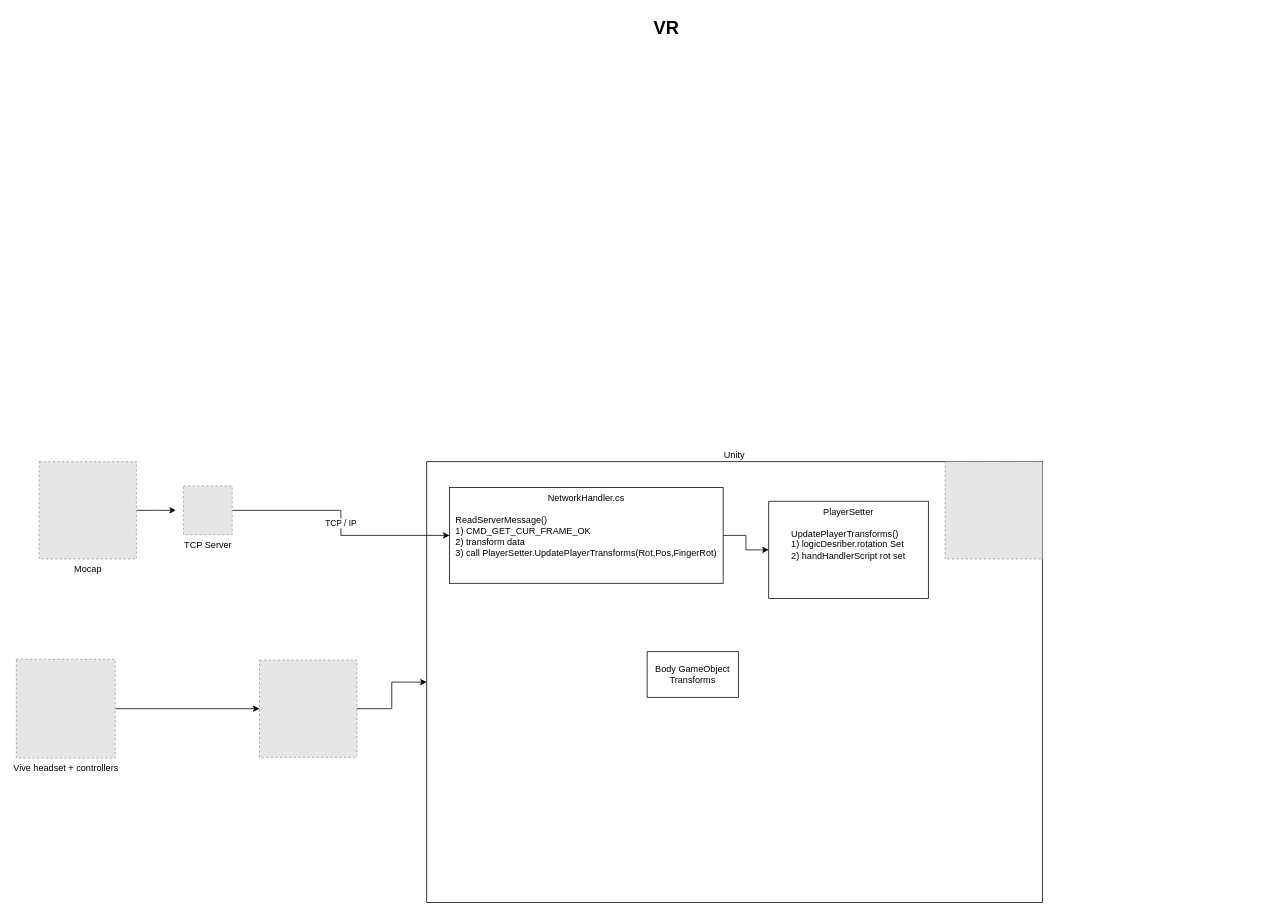
Above: Untitled Diagram.drawio in Phonebox/datasharing (draw.io), before the change. Source tidied: cells renumbered, new cells numbered last; positions are measured from the earlier drawing's top-left corner, leaving out a move shared by most shapes. Both pictures are drawn from the tidied source at 76%, with x=0, y=0 at pixel (16, 13). Pictures stored in the file or linked from it are replaced by grey dashed boxes.
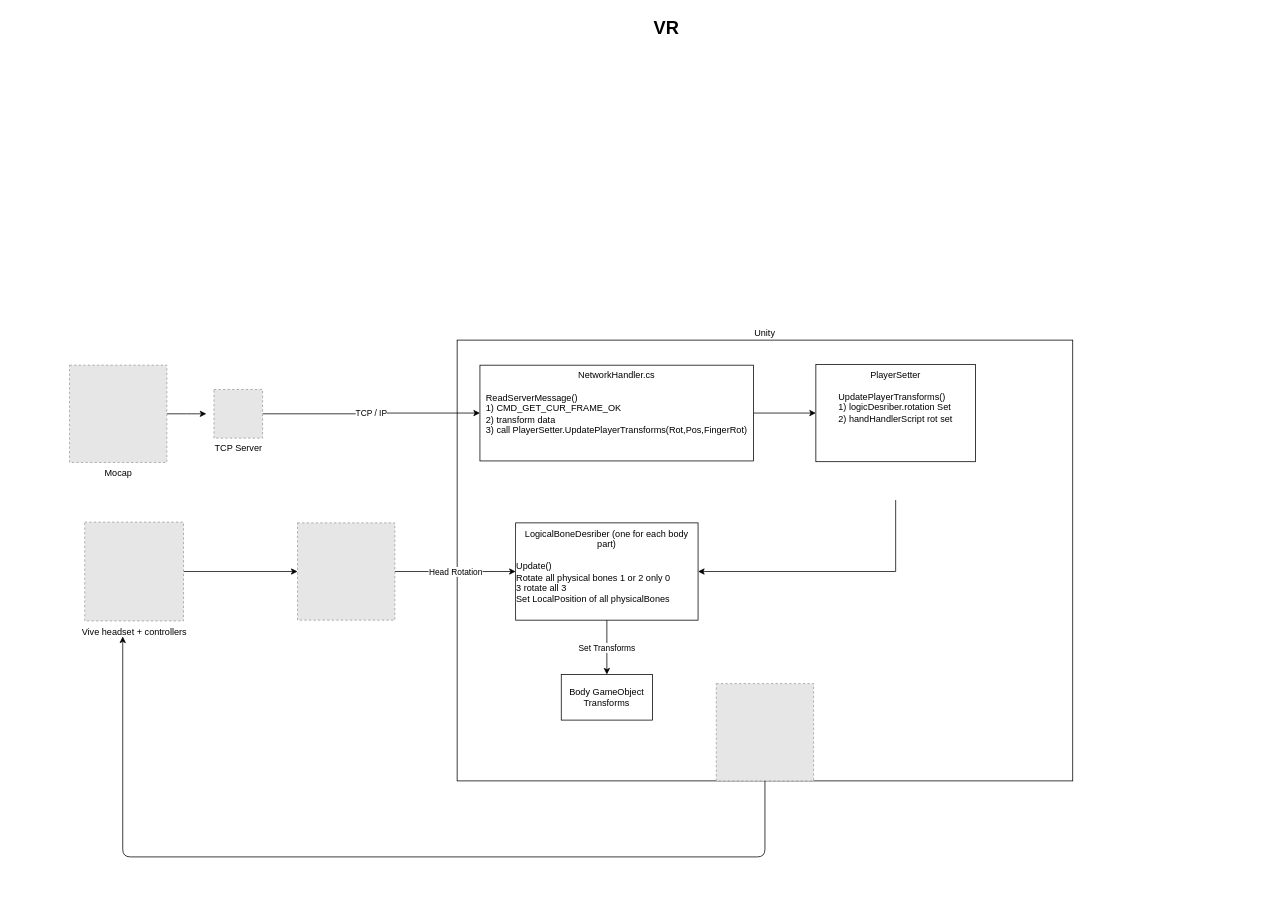
The same page after the edit.

Change to the diagram source:
```diff
@@
     <mxCell id="2" value="Unity" style="rounded=0;whiteSpace=wrap;html=1;fillColor=none;labelPosition=center;verticalLabelPosition=top;align=center;verticalAlign=bottom;" parent="1" vertex="1">
-      <mxGeometry x="540" y="590" width="810" height="580" as="geometry" />
+      <mxGeometry x="580" y="430" width="810" height="580" as="geometry" />
     </mxCell>
@@
     <mxCell id="4" style="edgeStyle=orthogonalEdgeStyle;rounded=0;jettySize=auto;html=1;" parent="1" edge="1" source="5">
       <mxGeometry relative="1" as="geometry">
-        <mxPoint x="210" y="654" as="targetPoint" />
+        <mxPoint x="250" y="527" as="targetPoint" />
       </mxGeometry>
     </mxCell>
     <mxCell id="5" value="Mocap" style="fillColor=#E6E6E6;strokeColor=#999999;dashed=1;html=1;verticalAlign=top;verticalLabelPosition=bottom;labelBackgroundColor=#ffffff;" parent="1" vertex="1">
-      <mxGeometry x="30" y="590" width="128" height="128" as="geometry" />
+      <mxGeometry x="70" y="463" width="128" height="128" as="geometry" />
     </mxCell>
@@
     <mxCell id="7" value="TCP Server" style="fillColor=#E6E6E6;strokeColor=#999999;dashed=1;html=1;verticalAlign=top;verticalLabelPosition=bottom;labelBackgroundColor=#ffffff;" parent="1" vertex="1">
-      <mxGeometry x="220" y="622" width="64" height="64" as="geometry" />
+      <mxGeometry x="260" y="495" width="64" height="64" as="geometry" />
     </mxCell>
@@
     <mxCell id="9" value="NetworkHandler.cs&lt;br&gt;&lt;br&gt;&lt;div style=&quot;text-align: justify&quot;&gt;ReadServerMessage()&lt;/div&gt;&lt;div style=&quot;text-align: justify&quot;&gt;1)&amp;nbsp;CMD_GET_CUR_FRAME_OK&lt;/div&gt;&lt;div style=&quot;text-align: justify&quot;&gt;2) transform data&lt;/div&gt;&lt;div style=&quot;text-align: justify&quot;&gt;3) call PlayerSetter.UpdatePlayerTransforms(Rot,Pos,FingerRot)&lt;/div&gt;" style="whiteSpace=wrap;html=1;verticalAlign=top;labelBackgroundColor=#ffffff;" parent="1" vertex="1">
-      <mxGeometry x="570" y="624" width="360" height="126" as="geometry" />
+      <mxGeometry x="610" y="463" width="360" height="126" as="geometry" />
     </mxCell>
+    <mxCell id="17" style="edgeStyle=orthogonalEdgeStyle;rounded=0;jettySize=auto;html=1;entryX=1;entryY=0.5;entryDx=0;entryDy=0;" parent="1" edge="1" target="18">
+      <mxGeometry relative="1" as="geometry">
+        <mxPoint x="1157" y="640.5" as="sourcePoint" />
+        <Array as="points">
+          <mxPoint x="1157" y="734.5" />
+        </Array>
+      </mxGeometry>
+    </mxCell>
     <mxCell id="10" value="PlayerSetter&lt;br&gt;&lt;br&gt;&lt;div style=&quot;text-align: justify&quot;&gt;UpdatePlayerTransforms()&lt;/div&gt;&lt;div style=&quot;text-align: justify&quot;&gt;1) logicDesriber.rotation Set&lt;/div&gt;&lt;div style=&quot;text-align: justify&quot;&gt;2) handHandlerScript rot set&lt;/div&gt;" style="whiteSpace=wrap;html=1;verticalAlign=top;labelBackgroundColor=#ffffff;" parent="1" vertex="1">
-      <mxGeometry x="990" y="642" width="210" height="128" as="geometry" />
+      <mxGeometry x="1052" y="462" width="210" height="128" as="geometry" />
     </mxCell>
     <mxCell id="11" style="fillColor=#E6E6E6;strokeColor=#999999;dashed=1;html=1;verticalAlign=top;verticalLabelPosition=bottom;labelBackgroundColor=#ffffff;" parent="1" vertex="1">
-      <mxGeometry x="1222" y="590" width="128" height="128" as="geometry" />
+      <mxGeometry x="921" y="882" width="128" height="128" as="geometry" />
     </mxCell>
@@
     <mxCell id="13" value="Vive headset + controllers" style="fillColor=#E6E6E6;strokeColor=#999999;dashed=1;html=1;verticalAlign=top;verticalLabelPosition=bottom;labelBackgroundColor=#ffffff;" parent="1" vertex="1">
-      <mxGeometry y="850" width="130" height="130" as="geometry" />
+      <mxGeometry x="90" y="669.5" width="130" height="130" as="geometry" />
     </mxCell>
-    <mxCell id="14" style="edgeStyle=orthogonalEdgeStyle;rounded=0;jettySize=auto;html=1;" parent="1" edge="1" source="15" target="2">
+    <mxCell id="14" value="Head Rotation" style="edgeStyle=orthogonalEdgeStyle;rounded=0;jettySize=auto;html=1;entryX=0;entryY=0.5;entryDx=0;entryDy=0;" parent="1" edge="1" source="15" target="18">
       <mxGeometry relative="1" as="geometry" />
     </mxCell>
     <mxCell id="15" style="fillColor=#E6E6E6;strokeColor=#999999;dashed=1;html=1;verticalAlign=top;verticalLabelPosition=bottom;labelBackgroundColor=#ffffff;" parent="1" vertex="1">
-      <mxGeometry x="320" y="851" width="128" height="128" as="geometry" />
+      <mxGeometry x="370" y="670.5" width="128" height="128" as="geometry" />
     </mxCell>
     <mxCell id="16" value="Body GameObject Transforms" style="rounded=0;whiteSpace=wrap;html=1;fillColor=none;" parent="1" vertex="1">
-      <mxGeometry x="830" y="840" width="120" height="60" as="geometry" />
+      <mxGeometry x="717" y="870" width="120" height="60" as="geometry" />
     </mxCell>
+    <mxCell id="18" value="LogicalBoneDesriber (one for each body part)&lt;br&gt;&lt;br&gt;&lt;div style=&quot;text-align: left&quot;&gt;Update()&lt;/div&gt;&lt;div style=&quot;text-align: left&quot;&gt;Rotate all physical bones 1 or 2 only 0&lt;/div&gt;&lt;div style=&quot;text-align: left&quot;&gt;3 rotate all 3&lt;/div&gt;&lt;div style=&quot;text-align: left&quot;&gt;Set LocalPosition of all physicalBones&lt;/div&gt;&lt;div style=&quot;text-align: left&quot;&gt;&lt;br&gt;&lt;/div&gt;" style="whiteSpace=wrap;html=1;verticalAlign=top;labelBackgroundColor=#ffffff;" parent="1" vertex="1">
+      <mxGeometry x="657" y="670.5" width="240" height="128" as="geometry" />
+    </mxCell>
+    <mxCell id="19" value="Set Transforms" style="endArrow=classic;html=1;exitX=0.5;exitY=1;exitDx=0;exitDy=0;" parent="1" edge="1" source="18" target="16">
+      <mxGeometry relative="1" as="geometry" />
+    </mxCell>
+    <mxCell id="20" style="endArrow=classic;html=1;exitX=0.5;exitY=1;exitDx=0;exitDy=0;" parent="1" edge="1" source="2">
+      <mxGeometry relative="1" as="geometry">
+        <mxPoint x="140" y="820" as="targetPoint" />
+        <Array as="points">
+          <mxPoint x="985" y="1110" />
+          <mxPoint x="140" y="1110" />
+        </Array>
+      </mxGeometry>
+    </mxCell>
```
